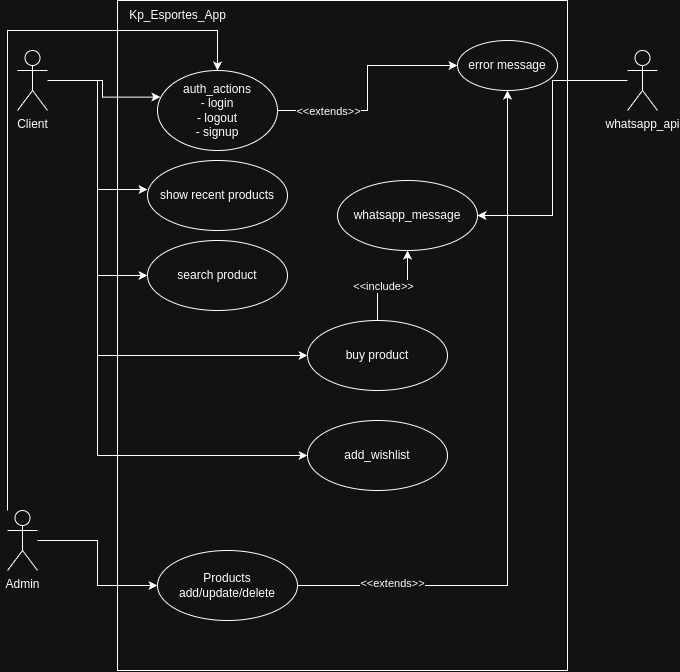
Before: docs/uml/Kp_Esportes_UML_UseCase.png, a diagram exported from draw.io (Alysson-Chrysthian/Kp-Esportes_Backend). Source tidied: cells renumbered, new cells last; positions are measured from the earlier drawing's top-left corner, leaving out a move shared by most shapes. Its diagram source:
```xml
<mxGraphModel>
  <root>
    <mxCell id="0" />
    <mxCell id="1" parent="0" />
    <mxCell id="2" style="rounded=0;whiteSpace=wrap;html=1;" parent="1" vertex="1">
      <mxGeometry x="110" width="450" height="670" as="geometry" />
    </mxCell>
    <mxCell id="3" value="Kp_Esportes_App" style="text;html=1;align=center;verticalAlign=middle;strokeColor=none;fillColor=none;" parent="1" vertex="1">
      <mxGeometry x="110" width="120" height="30" as="geometry" />
    </mxCell>
    <mxCell id="4" style="edgeStyle=orthogonalEdgeStyle;rounded=0;jettySize=auto;html=1;entryX=0;entryY=0.5;entryDx=0;entryDy=0;" parent="1" edge="1" source="7" target="20">
      <mxGeometry relative="1" as="geometry" />
    </mxCell>
    <mxCell id="5" style="edgeStyle=orthogonalEdgeStyle;rounded=0;jettySize=auto;html=1;entryX=0;entryY=0.5;entryDx=0;entryDy=0;" parent="1" edge="1" source="7" target="24">
      <mxGeometry relative="1" as="geometry">
        <Array as="points">
          <mxPoint x="90" y="80" />
          <mxPoint x="90" y="355" />
        </Array>
      </mxGeometry>
    </mxCell>
    <mxCell id="6" style="edgeStyle=orthogonalEdgeStyle;rounded=0;jettySize=auto;html=1;entryX=0;entryY=0.5;entryDx=0;entryDy=0;" parent="1" edge="1" source="7" target="25">
      <mxGeometry relative="1" as="geometry">
        <Array as="points">
          <mxPoint x="90" y="80" />
          <mxPoint x="90" y="455" />
        </Array>
      </mxGeometry>
    </mxCell>
    <mxCell id="7" value="Client" style="shape=umlActor;verticalLabelPosition=bottom;verticalAlign=top;html=1;outlineConnect=0;" parent="1" vertex="1">
      <mxGeometry x="10" y="50" width="30" height="60" as="geometry" />
    </mxCell>
    <mxCell id="8" style="edgeStyle=orthogonalEdgeStyle;rounded=0;jettySize=auto;html=1;entryX=0.5;entryY=0;entryDx=0;entryDy=0;" parent="1" edge="1" source="10" target="13">
      <mxGeometry relative="1" as="geometry">
        <Array as="points">
          <mxPoint y="30" />
          <mxPoint x="210" y="30" />
        </Array>
      </mxGeometry>
    </mxCell>
    <mxCell id="9" style="edgeStyle=orthogonalEdgeStyle;rounded=0;jettySize=auto;html=1;entryX=0;entryY=0.5;entryDx=0;entryDy=0;" parent="1" edge="1" source="10" target="18">
      <mxGeometry relative="1" as="geometry" />
    </mxCell>
    <mxCell id="10" value="Admin" style="shape=umlActor;verticalLabelPosition=bottom;verticalAlign=top;html=1;outlineConnect=0;" parent="1" vertex="1">
      <mxGeometry y="510" width="30" height="60" as="geometry" />
    </mxCell>
    <mxCell id="11" style="edgeStyle=orthogonalEdgeStyle;rounded=0;jettySize=auto;html=1;" parent="1" edge="1" source="13" target="15">
      <mxGeometry relative="1" as="geometry" />
    </mxCell>
    <mxCell id="12" value="&amp;lt;&amp;lt;extends&amp;gt;&amp;gt;" style="edgeLabel;html=1;align=center;verticalAlign=middle;" parent="11" vertex="1">
      <mxGeometry x="-0.29" relative="1" as="geometry">
        <mxPoint x="-30" as="offset" />
      </mxGeometry>
    </mxCell>
    <mxCell id="13" value="auth_actions&lt;br&gt;- login&lt;div&gt;- logout&lt;/div&gt;&lt;div&gt;- signup&lt;/div&gt;" style="ellipse;whiteSpace=wrap;html=1;align=center;" parent="1" vertex="1">
      <mxGeometry x="150" y="70" width="120" height="80" as="geometry" />
    </mxCell>
    <mxCell id="14" style="edgeStyle=orthogonalEdgeStyle;rounded=0;jettySize=auto;html=1;entryX=0.024;entryY=0.332;entryDx=0;entryDy=0;entryPerimeter=0;" parent="1" edge="1" source="7" target="13">
      <mxGeometry relative="1" as="geometry" />
    </mxCell>
    <mxCell id="15" value="error message" style="ellipse;whiteSpace=wrap;html=1;" parent="1" vertex="1">
      <mxGeometry x="450" y="40" width="100" height="50" as="geometry" />
    </mxCell>
    <mxCell id="16" style="edgeStyle=orthogonalEdgeStyle;rounded=0;jettySize=auto;html=1;" parent="1" edge="1" source="18" target="15">
      <mxGeometry relative="1" as="geometry" />
    </mxCell>
    <mxCell id="17" value="&amp;lt;&amp;lt;extends&amp;gt;&amp;gt;" style="edgeLabel;html=1;align=center;verticalAlign=middle;" parent="16" vertex="1">
      <mxGeometry x="-0.73" y="3" relative="1" as="geometry" />
    </mxCell>
    <mxCell id="18" value="&lt;div&gt;Products&lt;/div&gt;add/update/delete" style="ellipse;whiteSpace=wrap;html=1;" parent="1" vertex="1">
      <mxGeometry x="150" y="550" width="140" height="70" as="geometry" />
    </mxCell>
    <mxCell id="19" value="show recent products" style="ellipse;whiteSpace=wrap;html=1;" parent="1" vertex="1">
      <mxGeometry x="140" y="160" width="140" height="70" as="geometry" />
    </mxCell>
    <mxCell id="20" value="search product" style="ellipse;whiteSpace=wrap;html=1;" parent="1" vertex="1">
      <mxGeometry x="140" y="240" width="140" height="70" as="geometry" />
    </mxCell>
    <mxCell id="21" style="edgeStyle=orthogonalEdgeStyle;rounded=0;jettySize=auto;html=1;entryX=0;entryY=0.414;entryDx=0;entryDy=0;entryPerimeter=0;" parent="1" edge="1" source="7" target="19">
      <mxGeometry relative="1" as="geometry" />
    </mxCell>
    <mxCell id="22" style="edgeStyle=orthogonalEdgeStyle;rounded=0;jettySize=auto;html=1;" parent="1" edge="1" source="24" target="26">
      <mxGeometry relative="1" as="geometry" />
    </mxCell>
    <mxCell id="23" value="&amp;lt;&amp;lt;include&amp;gt;&amp;gt;" style="edgeLabel;html=1;align=center;verticalAlign=middle;" parent="22" vertex="1">
      <mxGeometry x="-0.19" relative="1" as="geometry">
        <mxPoint x="-1" as="offset" />
      </mxGeometry>
    </mxCell>
    <mxCell id="24" value="buy product" style="ellipse;whiteSpace=wrap;html=1;" parent="1" vertex="1">
      <mxGeometry x="300" y="320" width="140" height="70" as="geometry" />
    </mxCell>
    <mxCell id="25" value="add_wishlist" style="ellipse;whiteSpace=wrap;html=1;" parent="1" vertex="1">
      <mxGeometry x="300" y="420" width="140" height="70" as="geometry" />
    </mxCell>
    <mxCell id="26" value="whatsapp_message" style="ellipse;whiteSpace=wrap;html=1;" parent="1" vertex="1">
      <mxGeometry x="330" y="180" width="140" height="70" as="geometry" />
    </mxCell>
    <mxCell id="27" style="edgeStyle=orthogonalEdgeStyle;rounded=0;jettySize=auto;html=1;entryX=1;entryY=0.5;entryDx=0;entryDy=0;" parent="1" edge="1" source="28" target="26">
      <mxGeometry relative="1" as="geometry" />
    </mxCell>
    <mxCell id="28" value="whatsapp_api" style="shape=umlActor;verticalLabelPosition=bottom;verticalAlign=top;html=1;" parent="1" vertex="1">
      <mxGeometry x="620" y="50" width="30" height="60" as="geometry" />
    </mxCell>
  </root>
</mxGraphModel>
```
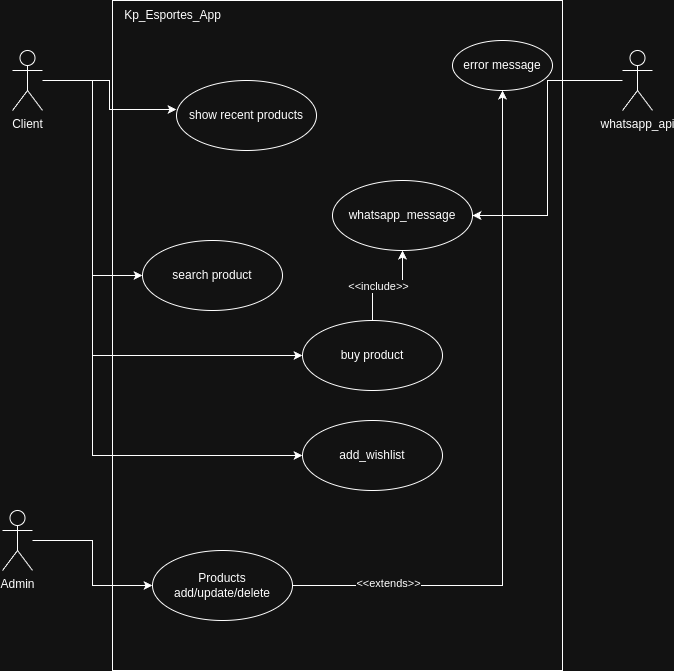
Above is the later version.

Diff of the diagram source:
```diff
@@ -30,34 +30,12 @@
     <mxCell id="7" value="Client" style="shape=umlActor;verticalLabelPosition=bottom;verticalAlign=top;html=1;outlineConnect=0;" parent="1" vertex="1">
       <mxGeometry x="10" y="50" width="30" height="60" as="geometry" />
     </mxCell>
-    <mxCell id="8" style="edgeStyle=orthogonalEdgeStyle;rounded=0;jettySize=auto;html=1;entryX=0.5;entryY=0;entryDx=0;entryDy=0;" parent="1" edge="1" source="10" target="13">
-      <mxGeometry relative="1" as="geometry">
-        <Array as="points">
-          <mxPoint y="30" />
-          <mxPoint x="210" y="30" />
-        </Array>
-      </mxGeometry>
-    </mxCell>
     <mxCell id="9" style="edgeStyle=orthogonalEdgeStyle;rounded=0;jettySize=auto;html=1;entryX=0;entryY=0.5;entryDx=0;entryDy=0;" parent="1" edge="1" source="10" target="18">
       <mxGeometry relative="1" as="geometry" />
     </mxCell>
     <mxCell id="10" value="Admin" style="shape=umlActor;verticalLabelPosition=bottom;verticalAlign=top;html=1;outlineConnect=0;" parent="1" vertex="1">
       <mxGeometry y="510" width="30" height="60" as="geometry" />
     </mxCell>
-    <mxCell id="11" style="edgeStyle=orthogonalEdgeStyle;rounded=0;jettySize=auto;html=1;" parent="1" edge="1" source="13" target="15">
-      <mxGeometry relative="1" as="geometry" />
-    </mxCell>
-    <mxCell id="12" value="&amp;lt;&amp;lt;extends&amp;gt;&amp;gt;" style="edgeLabel;html=1;align=center;verticalAlign=middle;" parent="11" vertex="1">
-      <mxGeometry x="-0.29" relative="1" as="geometry">
-        <mxPoint x="-30" as="offset" />
-      </mxGeometry>
-    </mxCell>
-    <mxCell id="13" value="auth_actions&lt;br&gt;- login&lt;div&gt;- logout&lt;/div&gt;&lt;div&gt;- signup&lt;/div&gt;" style="ellipse;whiteSpace=wrap;html=1;align=center;" parent="1" vertex="1">
-      <mxGeometry x="150" y="70" width="120" height="80" as="geometry" />
-    </mxCell>
-    <mxCell id="14" style="edgeStyle=orthogonalEdgeStyle;rounded=0;jettySize=auto;html=1;entryX=0.024;entryY=0.332;entryDx=0;entryDy=0;entryPerimeter=0;" parent="1" edge="1" source="7" target="13">
-      <mxGeometry relative="1" as="geometry" />
-    </mxCell>
     <mxCell id="15" value="error message" style="ellipse;whiteSpace=wrap;html=1;" parent="1" vertex="1">
       <mxGeometry x="450" y="40" width="100" height="50" as="geometry" />
     </mxCell>
@@ -71,7 +49,7 @@
       <mxGeometry x="150" y="550" width="140" height="70" as="geometry" />
     </mxCell>
     <mxCell id="19" value="show recent products" style="ellipse;whiteSpace=wrap;html=1;" parent="1" vertex="1">
-      <mxGeometry x="140" y="160" width="140" height="70" as="geometry" />
+      <mxGeometry x="174" y="80" width="140" height="70" as="geometry" />
     </mxCell>
     <mxCell id="20" value="search product" style="ellipse;whiteSpace=wrap;html=1;" parent="1" vertex="1">
       <mxGeometry x="140" y="240" width="140" height="70" as="geometry" />
```
